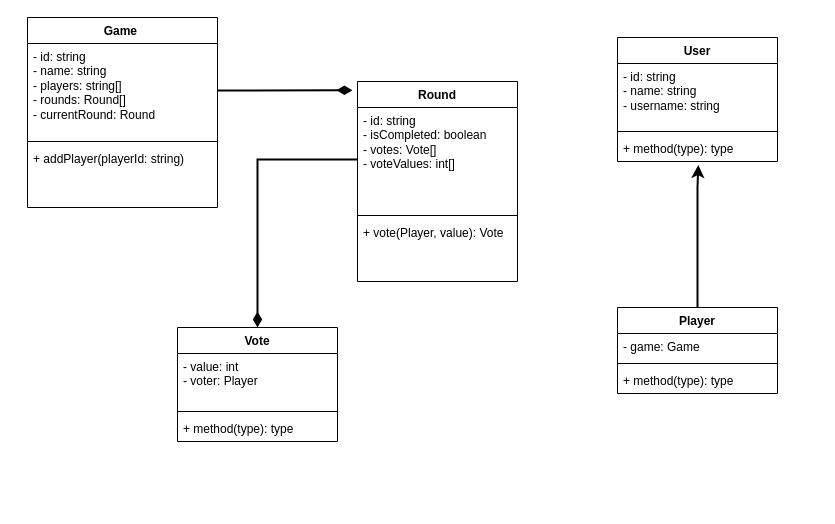
Earlier version of the draw.io diagram planningwithpoker.drawio (pashyaaa/planningwithpoker). Source tidied: cells renumbered, new cells numbered last; positions are measured from the earlier drawing's top-left corner, leaving out a move shared by most shapes. Both pictures are drawn from the tidied source at 100%, with x=0, y=0 at pixel (27, 17).
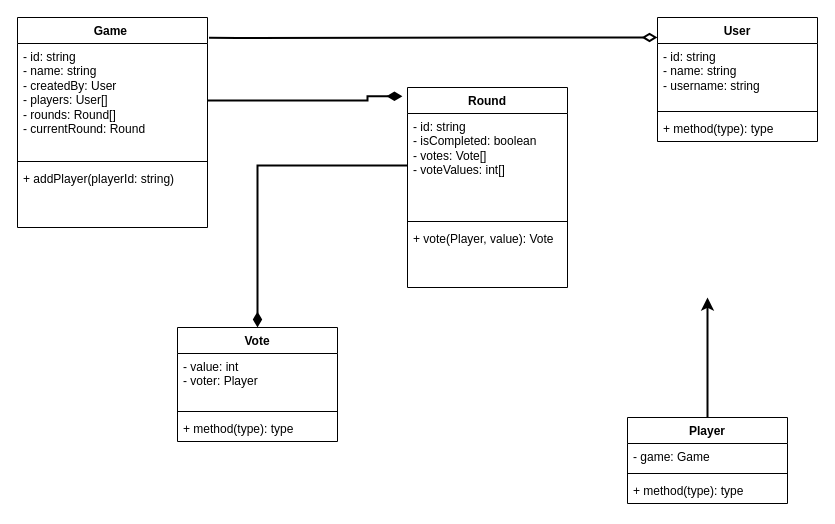
The same diagram, later.

Commit message:
updated class diagram

Unchanged cells that the change refers to:
```xml
<mxCell id="9" value="+ method(type): type" style="text;strokeColor=none;fillColor=none;align=left;verticalAlign=top;spacingLeft=4;spacingRight=4;overflow=hidden;points=[[0,0.5],[1,0.5]];portConstraint=eastwest;whiteSpace=wrap;html=1;" parent="6" vertex="1">
  <mxGeometry y="98" width="160" height="26" as="geometry" />
</mxCell>
```

The edit, as a diff of the source:
```diff
@@
     <mxCell id="2" value="Game&lt;span style=&quot;white-space: pre;&quot;&gt; &lt;/span&gt;" style="swimlane;fontStyle=1;align=center;verticalAlign=top;horizontal=1;startSize=26;whiteSpace=wrap;html=1;" parent="1" vertex="1">
-      <mxGeometry width="190" height="190" as="geometry" />
+      <mxGeometry x="-10" width="190" height="210" as="geometry" />
     </mxCell>
-    <mxCell id="3" value="- id: string&lt;br&gt;- name: string&lt;br&gt;- players: string[]&lt;br&gt;- rounds: Round[]&lt;br&gt;- currentRound: Round" style="text;strokeColor=none;fillColor=none;align=left;verticalAlign=top;spacingLeft=4;spacingRight=4;overflow=hidden;points=[[0,0.5],[1,0.5]];portConstraint=eastwest;whiteSpace=wrap;html=1;" parent="2" vertex="1">
-      <mxGeometry y="26" width="190" height="94" as="geometry" />
+    <mxCell id="3" value="- id: string&lt;br&gt;- name: string&lt;br&gt;- createdBy: User&lt;br&gt;- players: User[]&lt;br&gt;- rounds: Round[]&lt;br&gt;- currentRound: Round" style="text;strokeColor=none;fillColor=none;align=left;verticalAlign=top;spacingLeft=4;spacingRight=4;overflow=hidden;points=[[0,0.5],[1,0.5]];portConstraint=eastwest;whiteSpace=wrap;html=1;" parent="2" vertex="1">
+      <mxGeometry y="26" width="190" height="114" as="geometry" />
     </mxCell>
     <mxCell id="4" style="line;strokeWidth=1;fillColor=none;align=left;verticalAlign=middle;spacingTop=-1;spacingLeft=3;spacingRight=3;labelPosition=right;strokeColor=inherit;" parent="2" vertex="1">
-      <mxGeometry y="120" width="190" height="8" as="geometry" />
+      <mxGeometry y="140" width="190" height="8" as="geometry" />
     </mxCell>
     <mxCell id="5" value="+ addPlayer(playerId: string)&lt;br&gt;" style="text;strokeColor=none;fillColor=none;align=left;verticalAlign=top;spacingLeft=4;spacingRight=4;overflow=hidden;whiteSpace=wrap;html=1;" parent="2" vertex="1">
-      <mxGeometry y="128" width="190" height="62" as="geometry" />
+      <mxGeometry y="148" width="190" height="62" as="geometry" />
     </mxCell>
     <mxCell id="6" value="User" style="swimlane;fontStyle=1;align=center;verticalAlign=top;horizontal=1;startSize=26;whiteSpace=wrap;html=1;" parent="1" vertex="1">
-      <mxGeometry x="590" y="20" width="160" height="124" as="geometry" />
+      <mxGeometry x="630" width="160" height="124" as="geometry" />
     </mxCell>
@@
-    <mxCell id="10" style="edgeStyle=orthogonalEdgeStyle;rounded=0;jettySize=auto;html=1;endArrow=classic;endFill=1;strokeWidth=2;endSize=7;entryX=0.505;entryY=1.131;entryDx=0;entryDy=0;entryPerimeter=0;exitX=0.5;exitY=0;exitDx=0;exitDy=0;" parent="1" edge="1" source="11" target="9">
+    <mxCell id="10" style="edgeStyle=orthogonalEdgeStyle;rounded=0;jettySize=auto;html=1;endArrow=classic;endFill=1;strokeWidth=2;endSize=7;exitX=0.5;exitY=0;exitDx=0;exitDy=0;" parent="1" edge="1" source="11">
       <mxGeometry relative="1" as="geometry">
+        <mxPoint x="680" y="280" as="targetPoint" />
         <Array as="points">
-          <mxPoint x="670" y="170" />
+          <mxPoint x="680" y="280" />
         </Array>
       </mxGeometry>
     </mxCell>
     <mxCell id="11" value="Player" style="swimlane;fontStyle=1;align=center;verticalAlign=top;horizontal=1;startSize=26;whiteSpace=wrap;html=1;" parent="1" vertex="1">
-      <mxGeometry x="590" y="290" width="160" height="86" as="geometry" />
+      <mxGeometry x="600" y="400" width="160" height="86" as="geometry" />
     </mxCell>
@@
     <mxCell id="15" value="Round" style="swimlane;fontStyle=1;align=center;verticalAlign=top;horizontal=1;startSize=26;whiteSpace=wrap;html=1;" parent="1" vertex="1">
-      <mxGeometry x="330" y="64" width="160" height="200" as="geometry" />
+      <mxGeometry x="380" y="70" width="160" height="200" as="geometry" />
     </mxCell>
@@
     <mxCell id="19" style="edgeStyle=orthogonalEdgeStyle;rounded=0;jettySize=auto;html=1;exitX=1;exitY=0.5;exitDx=0;exitDy=0;entryX=-0.032;entryY=0.044;entryDx=0;entryDy=0;entryPerimeter=0;strokeWidth=2;endArrow=diamondThin;endFill=1;endSize=10;" parent="1" edge="1" source="3" target="15">
       <mxGeometry relative="1" as="geometry">
         <Array as="points">
-          <mxPoint x="190" y="73" />
+          <mxPoint x="340" y="83" />
+          <mxPoint x="340" y="79" />
         </Array>
       </mxGeometry>
     </mxCell>
@@
+    <mxCell id="25" style="edgeStyle=orthogonalEdgeStyle;rounded=0;jettySize=auto;html=1;strokeWidth=2;endArrow=diamondThin;endFill=0;endSize=10;entryX=0;entryY=0.161;entryDx=0;entryDy=0;entryPerimeter=0;exitX=1.008;exitY=0.097;exitDx=0;exitDy=0;exitPerimeter=0;" parent="1" edge="1" source="2" target="6">
+      <mxGeometry relative="1" as="geometry">
+        <Array as="points">
+          <mxPoint x="210" y="20" />
+        </Array>
+      </mxGeometry>
+    </mxCell>
```
